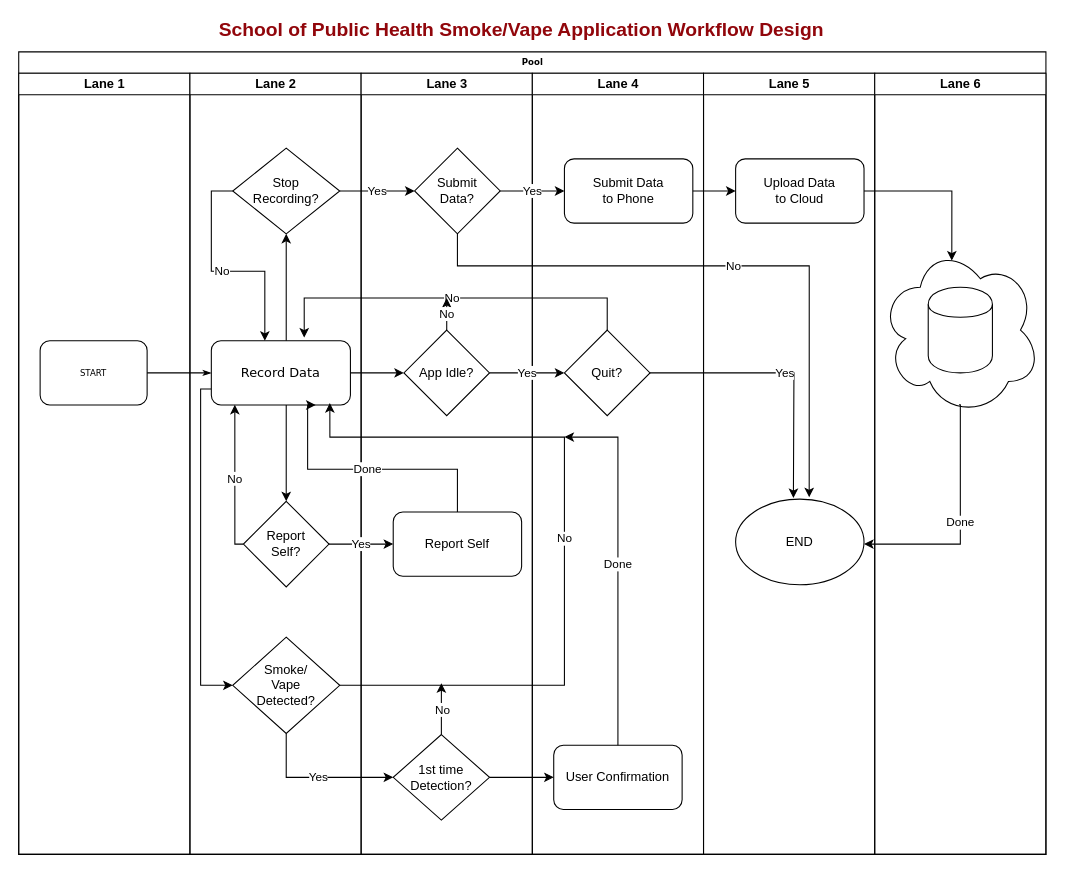
Above: Untitled Diagram.drawio in chrisogonas/uploadFiles (draw.io), before the change. Source tidied: cells renumbered, new cells numbered last; positions are measured from the earlier drawing's top-left corner, leaving out a move shared by most shapes. Both pictures are drawn from the tidied source at 107%, with x=0, y=0 at pixel (18, 19).
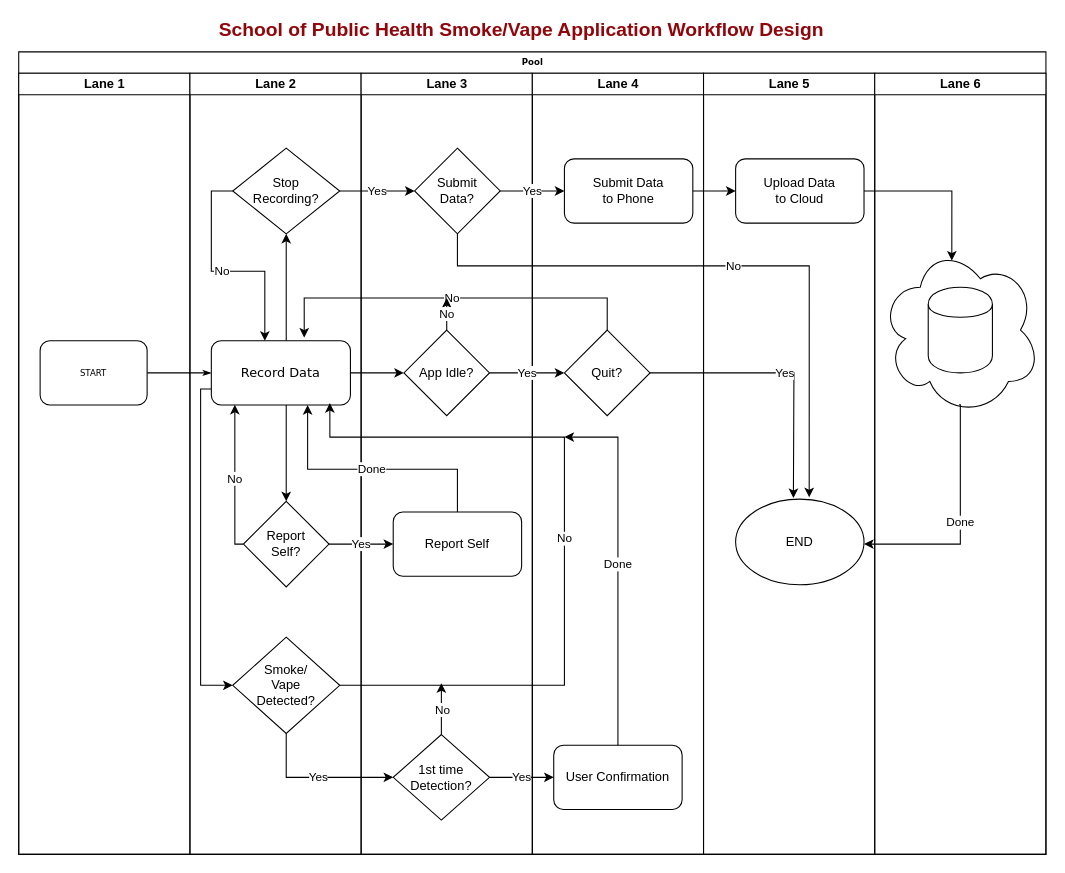
Above is the later version.

The change refers to these unchanged cells:
```xml
<mxCell id="2" value="Pool" style="swimlane;html=1;startSize=20;rounded=0;shadow=0;labelBackgroundColor=none;strokeWidth=1;fontFamily=Verdana;fontSize=8;align=center;" parent="1" vertex="1">
  <mxGeometry y="30" width="960" height="750" as="geometry" />
</mxCell>
<mxCell id="18" value="&lt;font style=&quot;font-size: 12px&quot;&gt;Record Data&lt;/font&gt;" style="rounded=1;whiteSpace=wrap;html=1;shadow=0;labelBackgroundColor=none;strokeWidth=1;fontFamily=Verdana;fontSize=8;align=center;" parent="14" vertex="1">
  <mxGeometry x="20" y="250" width="130" height="60" as="geometry" />
</mxCell>
<mxCell id="25" value="1st time&lt;br&gt;Detection?" style="rhombus;whiteSpace=wrap;html=1;" parent="24" vertex="1">
  <mxGeometry x="30" y="618" width="90" height="80" as="geometry" />
</mxCell>
<mxCell id="26" value="Report Self" style="rounded=1;whiteSpace=wrap;html=1;" parent="24" vertex="1">
  <mxGeometry x="30" y="410" width="120" height="60" as="geometry" />
</mxCell>
<mxCell id="33" value="User Confirmation" style="rounded=1;whiteSpace=wrap;html=1;" parent="29" vertex="1">
  <mxGeometry x="20" y="628" width="120" height="60" as="geometry" />
</mxCell>
```

What changed in the source:
```diff
@@
-    <mxCell id="41" value="Done" style="edgeStyle=orthogonalEdgeStyle;rounded=0;comic=0;jettySize=auto;html=1;shadow=0;strokeColor=#000000;entryX=0.75;entryY=1;entryDx=0;entryDy=0;" parent="2" edge="1" source="26" target="18">
+    <mxCell id="41" value="Done" style="edgeStyle=orthogonalEdgeStyle;rounded=0;comic=0;jettySize=auto;html=1;shadow=0;strokeColor=#000000;" parent="2" edge="1" source="26">
       <mxGeometry relative="1" as="geometry">
+        <mxPoint x="270" y="330" as="targetPoint" />
         <Array as="points">
           <mxPoint x="410" y="390" />
           <mxPoint x="270" y="390" />
         </Array>
       </mxGeometry>
     </mxCell>
@@
-    <mxCell id="51" style="edgeStyle=orthogonalEdgeStyle;rounded=0;comic=0;jettySize=auto;html=1;shadow=0;strokeColor=#000000;" parent="2" edge="1" source="25" target="33">
+    <mxCell id="51" value="Yes" style="edgeStyle=orthogonalEdgeStyle;rounded=0;comic=0;jettySize=auto;html=1;shadow=0;strokeColor=#000000;" parent="2" edge="1" source="25" target="33">
       <mxGeometry relative="1" as="geometry" />
     </mxCell>
```
